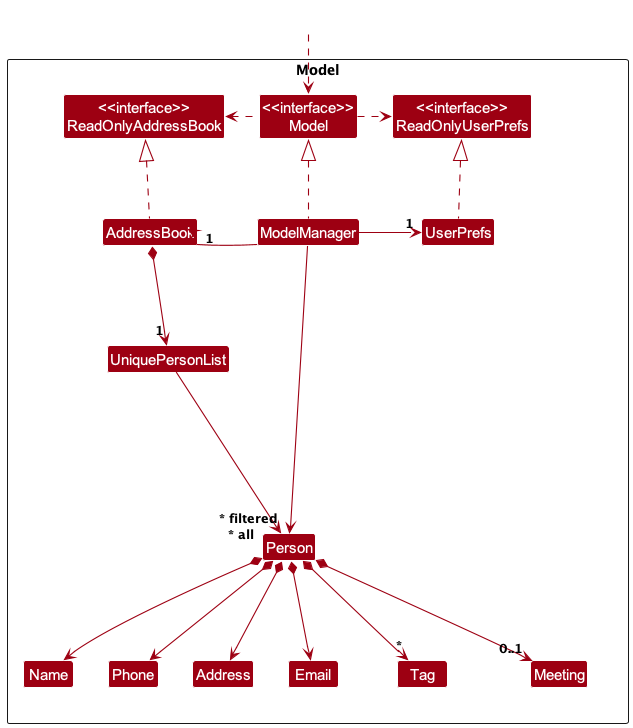
Earlier version of the PlantUML export docs/images/ModelClassDiagram.png (nus-cs2103-AY2324S2/tp).
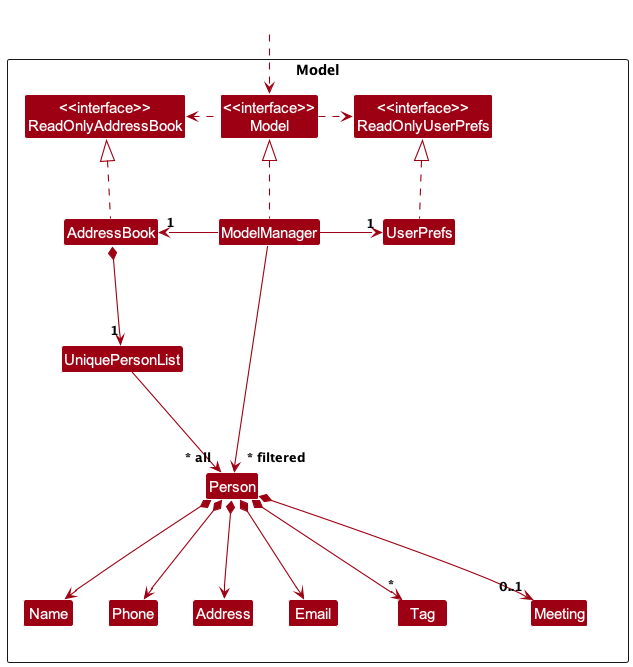
The same diagram one commit later.

The edit, as a diff of the source:
```diff
@@ -32,8 +32,8 @@
 ModelManager .up.|> Model
 Model .right.> ReadOnlyUserPrefs
 Model .left.> ReadOnlyAddressBook
-ModelManager -left-> "1" AddressBook
-ModelManager -right-> "1" UserPrefs
+ModelManager -> "1" AddressBook
+ModelManager -> "1" UserPrefs
 UserPrefs .up.|> ReadOnlyUserPrefs
 
 AddressBook *--> "1" UniquePersonList
@@ -45,12 +45,14 @@
 Person *--> "*" Tag
 Person *--> "0..1" Meeting
 
-Person -[hidden]up--> I
-UniquePersonList -[hidden]right-> I
+Person -[hidden]right--> I
+UniquePersonList -[hidden]left-> I
 
 Name -[hidden]right-> Phone
 Phone -[hidden]right-> Address
 Address -[hidden]right-> Email
+Email -[hidden]right-> Tag
+Tag -[hidden]right-> Meeting
 
-ModelManager --> "~* filtered" Person
+ModelManager -> "~* filtered" Person
 @enduml
```
